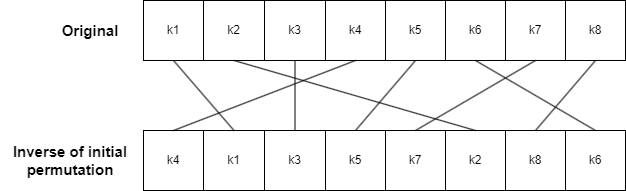
Before: public/img/simpleDesPage/IIP.png, a diagram exported from draw.io (hejzlzd1/EducrypterUHK). Source tidied: cells renumbered, new cells last; positions are measured from the earlier drawing's top-left corner, leaving out a move shared by most shapes. The source it was exported from:
```xml
<mxGraphModel>
  <root>
    <mxCell id="0" />
    <mxCell id="1" parent="0" />
    <mxCell id="2" style="swimlane;startSize=0;" parent="1" vertex="1">
      <mxGeometry x="143" width="481" height="60" as="geometry" />
    </mxCell>
    <mxCell id="3" value="k1" style="rounded=0;whiteSpace=wrap;html=1;" parent="2" vertex="1">
      <mxGeometry width="60" height="60" as="geometry" />
    </mxCell>
    <mxCell id="4" value="k2" style="rounded=0;whiteSpace=wrap;html=1;" parent="2" vertex="1">
      <mxGeometry x="60" width="61" height="60" as="geometry" />
    </mxCell>
    <mxCell id="5" value="k3" style="rounded=0;whiteSpace=wrap;html=1;" parent="2" vertex="1">
      <mxGeometry x="121" width="61" height="60" as="geometry" />
    </mxCell>
    <mxCell id="6" value="k4" style="rounded=0;whiteSpace=wrap;html=1;" parent="2" vertex="1">
      <mxGeometry x="182" width="60" height="60" as="geometry" />
    </mxCell>
    <mxCell id="7" value="k5" style="rounded=0;whiteSpace=wrap;html=1;" parent="2" vertex="1">
      <mxGeometry x="242" width="60" height="60" as="geometry" />
    </mxCell>
    <mxCell id="8" value="k6" style="rounded=0;whiteSpace=wrap;html=1;" parent="2" vertex="1">
      <mxGeometry x="302" width="60" height="60" as="geometry" />
    </mxCell>
    <mxCell id="9" value="k7" style="rounded=0;whiteSpace=wrap;html=1;" parent="2" vertex="1">
      <mxGeometry x="362" width="60" height="60" as="geometry" />
    </mxCell>
    <mxCell id="10" value="k8" style="rounded=0;whiteSpace=wrap;html=1;" parent="2" vertex="1">
      <mxGeometry x="422" width="60" height="60" as="geometry" />
    </mxCell>
    <mxCell id="11" style="swimlane;startSize=0;" parent="1" vertex="1">
      <mxGeometry x="143" y="130" width="481" height="60" as="geometry" />
    </mxCell>
    <mxCell id="12" value="k4" style="rounded=0;whiteSpace=wrap;html=1;" parent="11" vertex="1">
      <mxGeometry width="60" height="60" as="geometry" />
    </mxCell>
    <mxCell id="13" value="k1" style="rounded=0;whiteSpace=wrap;html=1;" parent="11" vertex="1">
      <mxGeometry x="60" width="61" height="60" as="geometry" />
    </mxCell>
    <mxCell id="14" value="k3" style="rounded=0;whiteSpace=wrap;html=1;" parent="11" vertex="1">
      <mxGeometry x="121" width="61" height="60" as="geometry" />
    </mxCell>
    <mxCell id="15" value="k5" style="rounded=0;whiteSpace=wrap;html=1;" parent="11" vertex="1">
      <mxGeometry x="182" width="60" height="60" as="geometry" />
    </mxCell>
    <mxCell id="16" value="k7" style="rounded=0;whiteSpace=wrap;html=1;" parent="11" vertex="1">
      <mxGeometry x="242" width="60" height="60" as="geometry" />
    </mxCell>
    <mxCell id="17" value="k2" style="rounded=0;whiteSpace=wrap;html=1;" parent="11" vertex="1">
      <mxGeometry x="302" width="60" height="60" as="geometry" />
    </mxCell>
    <mxCell id="18" value="k8" style="rounded=0;whiteSpace=wrap;html=1;" parent="11" vertex="1">
      <mxGeometry x="362" width="60" height="60" as="geometry" />
    </mxCell>
    <mxCell id="19" value="k6" style="rounded=0;whiteSpace=wrap;html=1;" parent="11" vertex="1">
      <mxGeometry x="422" width="60" height="60" as="geometry" />
    </mxCell>
    <mxCell id="20" value="&lt;font style=&quot;font-size: 15px;&quot;&gt;&lt;b&gt;Inverse of initial permutation&lt;/b&gt;&lt;/font&gt;" style="text;html=1;strokeColor=none;fillColor=none;align=center;verticalAlign=middle;whiteSpace=wrap;rounded=0;" parent="1" vertex="1">
      <mxGeometry y="145" width="140" height="30" as="geometry" />
    </mxCell>
    <mxCell id="21" value="&lt;font style=&quot;font-size: 15px;&quot;&gt;&lt;b&gt;Original&lt;/b&gt;&lt;/font&gt;" style="text;html=1;strokeColor=none;fillColor=none;align=center;verticalAlign=middle;whiteSpace=wrap;rounded=0;" parent="1" vertex="1">
      <mxGeometry x="60" y="15" width="60" height="30" as="geometry" />
    </mxCell>
    <mxCell id="22" style="rounded=0;jettySize=auto;html=1;exitX=0.5;exitY=1;exitDx=0;exitDy=0;entryX=0.5;entryY=0;entryDx=0;entryDy=0;endArrow=none;endFill=0;" parent="1" edge="1" source="4" target="17">
      <mxGeometry relative="1" as="geometry" />
    </mxCell>
    <mxCell id="23" style="rounded=0;jettySize=auto;html=1;exitX=0.5;exitY=1;exitDx=0;exitDy=0;entryX=0.5;entryY=0;entryDx=0;entryDy=0;endArrow=none;endFill=0;" parent="1" edge="1" source="8" target="19">
      <mxGeometry relative="1" as="geometry" />
    </mxCell>
    <mxCell id="24" style="rounded=0;jettySize=auto;html=1;exitX=0.5;exitY=1;exitDx=0;exitDy=0;entryX=0.5;entryY=0;entryDx=0;entryDy=0;endArrow=none;endFill=0;" parent="1" edge="1" source="5" target="14">
      <mxGeometry relative="1" as="geometry" />
    </mxCell>
    <mxCell id="25" style="rounded=0;jettySize=auto;html=1;exitX=0.5;exitY=1;exitDx=0;exitDy=0;entryX=0.5;entryY=0;entryDx=0;entryDy=0;endArrow=none;endFill=0;" parent="1" edge="1" source="3" target="13">
      <mxGeometry relative="1" as="geometry" />
    </mxCell>
    <mxCell id="26" style="rounded=0;jettySize=auto;html=1;exitX=0.5;exitY=1;exitDx=0;exitDy=0;entryX=0.5;entryY=0;entryDx=0;entryDy=0;endArrow=none;endFill=0;" parent="1" edge="1" source="6" target="12">
      <mxGeometry relative="1" as="geometry" />
    </mxCell>
    <mxCell id="27" style="rounded=0;jettySize=auto;html=1;exitX=0.5;exitY=1;exitDx=0;exitDy=0;endArrow=none;endFill=0;entryX=0.5;entryY=0;entryDx=0;entryDy=0;" parent="1" edge="1" source="10" target="18">
      <mxGeometry relative="1" as="geometry" />
    </mxCell>
    <mxCell id="28" style="rounded=0;jettySize=auto;html=1;exitX=0.5;exitY=1;exitDx=0;exitDy=0;entryX=0.5;entryY=0;entryDx=0;entryDy=0;endArrow=none;endFill=0;" parent="1" edge="1" source="7" target="15">
      <mxGeometry relative="1" as="geometry" />
    </mxCell>
    <mxCell id="29" style="rounded=0;jettySize=auto;html=1;exitX=0.5;exitY=1;exitDx=0;exitDy=0;entryX=0.5;entryY=0;entryDx=0;entryDy=0;endArrow=none;endFill=0;" parent="1" edge="1" source="9" target="16">
      <mxGeometry relative="1" as="geometry" />
    </mxCell>
  </root>
</mxGraphModel>
```
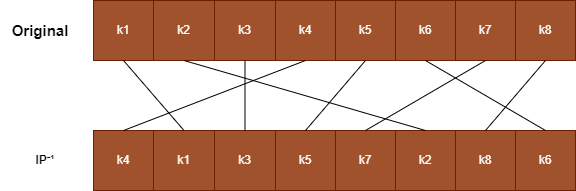
After the change.

What changed in the source:
```diff
@@ -5,59 +5,59 @@
     <mxCell id="2" style="swimlane;startSize=0;" parent="1" vertex="1">
       <mxGeometry x="143" width="481" height="60" as="geometry" />
     </mxCell>
-    <mxCell id="3" value="k1" style="rounded=0;whiteSpace=wrap;html=1;" parent="2" vertex="1">
+    <mxCell id="3" value="k1" style="rounded=0;whiteSpace=wrap;html=1;fillColor=#a0522d;fontColor=#ffffff;strokeColor=#6D1F00;" parent="2" vertex="1">
       <mxGeometry width="60" height="60" as="geometry" />
     </mxCell>
-    <mxCell id="4" value="k2" style="rounded=0;whiteSpace=wrap;html=1;" parent="2" vertex="1">
+    <mxCell id="4" value="k2" style="rounded=0;whiteSpace=wrap;html=1;fillColor=#a0522d;fontColor=#ffffff;strokeColor=#6D1F00;" parent="2" vertex="1">
       <mxGeometry x="60" width="61" height="60" as="geometry" />
     </mxCell>
-    <mxCell id="5" value="k3" style="rounded=0;whiteSpace=wrap;html=1;" parent="2" vertex="1">
+    <mxCell id="5" value="k3" style="rounded=0;whiteSpace=wrap;html=1;fillColor=#a0522d;fontColor=#ffffff;strokeColor=#6D1F00;" parent="2" vertex="1">
       <mxGeometry x="121" width="61" height="60" as="geometry" />
     </mxCell>
-    <mxCell id="6" value="k4" style="rounded=0;whiteSpace=wrap;html=1;" parent="2" vertex="1">
+    <mxCell id="6" value="k4" style="rounded=0;whiteSpace=wrap;html=1;fillColor=#a0522d;fontColor=#ffffff;strokeColor=#6D1F00;" parent="2" vertex="1">
       <mxGeometry x="182" width="60" height="60" as="geometry" />
     </mxCell>
-    <mxCell id="7" value="k5" style="rounded=0;whiteSpace=wrap;html=1;" parent="2" vertex="1">
+    <mxCell id="7" value="k5" style="rounded=0;whiteSpace=wrap;html=1;fillColor=#a0522d;fontColor=#ffffff;strokeColor=#6D1F00;" parent="2" vertex="1">
       <mxGeometry x="242" width="60" height="60" as="geometry" />
     </mxCell>
-    <mxCell id="8" value="k6" style="rounded=0;whiteSpace=wrap;html=1;" parent="2" vertex="1">
+    <mxCell id="8" value="k6" style="rounded=0;whiteSpace=wrap;html=1;fillColor=#a0522d;fontColor=#ffffff;strokeColor=#6D1F00;" parent="2" vertex="1">
       <mxGeometry x="302" width="60" height="60" as="geometry" />
     </mxCell>
-    <mxCell id="9" value="k7" style="rounded=0;whiteSpace=wrap;html=1;" parent="2" vertex="1">
+    <mxCell id="9" value="k7" style="rounded=0;whiteSpace=wrap;html=1;fillColor=#a0522d;fontColor=#ffffff;strokeColor=#6D1F00;" parent="2" vertex="1">
       <mxGeometry x="362" width="60" height="60" as="geometry" />
     </mxCell>
-    <mxCell id="10" value="k8" style="rounded=0;whiteSpace=wrap;html=1;" parent="2" vertex="1">
+    <mxCell id="10" value="k8" style="rounded=0;whiteSpace=wrap;html=1;fillColor=#a0522d;fontColor=#ffffff;strokeColor=#6D1F00;" parent="2" vertex="1">
       <mxGeometry x="422" width="60" height="60" as="geometry" />
     </mxCell>
     <mxCell id="11" style="swimlane;startSize=0;" parent="1" vertex="1">
       <mxGeometry x="143" y="130" width="481" height="60" as="geometry" />
     </mxCell>
-    <mxCell id="12" value="k4" style="rounded=0;whiteSpace=wrap;html=1;" parent="11" vertex="1">
+    <mxCell id="12" value="k4" style="rounded=0;whiteSpace=wrap;html=1;fillColor=#a0522d;fontColor=#ffffff;strokeColor=#6D1F00;" parent="11" vertex="1">
       <mxGeometry width="60" height="60" as="geometry" />
     </mxCell>
-    <mxCell id="13" value="k1" style="rounded=0;whiteSpace=wrap;html=1;" parent="11" vertex="1">
+    <mxCell id="13" value="k1" style="rounded=0;whiteSpace=wrap;html=1;fillColor=#a0522d;fontColor=#ffffff;strokeColor=#6D1F00;" parent="11" vertex="1">
       <mxGeometry x="60" width="61" height="60" as="geometry" />
     </mxCell>
-    <mxCell id="14" value="k3" style="rounded=0;whiteSpace=wrap;html=1;" parent="11" vertex="1">
+    <mxCell id="14" value="k3" style="rounded=0;whiteSpace=wrap;html=1;fillColor=#a0522d;fontColor=#ffffff;strokeColor=#6D1F00;" parent="11" vertex="1">
       <mxGeometry x="121" width="61" height="60" as="geometry" />
     </mxCell>
-    <mxCell id="15" value="k5" style="rounded=0;whiteSpace=wrap;html=1;" parent="11" vertex="1">
+    <mxCell id="15" value="k5" style="rounded=0;whiteSpace=wrap;html=1;fillColor=#a0522d;fontColor=#ffffff;strokeColor=#6D1F00;" parent="11" vertex="1">
       <mxGeometry x="182" width="60" height="60" as="geometry" />
     </mxCell>
-    <mxCell id="16" value="k7" style="rounded=0;whiteSpace=wrap;html=1;" parent="11" vertex="1">
+    <mxCell id="16" value="k7" style="rounded=0;whiteSpace=wrap;html=1;fillColor=#a0522d;fontColor=#ffffff;strokeColor=#6D1F00;" parent="11" vertex="1">
       <mxGeometry x="242" width="60" height="60" as="geometry" />
     </mxCell>
-    <mxCell id="17" value="k2" style="rounded=0;whiteSpace=wrap;html=1;" parent="11" vertex="1">
+    <mxCell id="17" value="k2" style="rounded=0;whiteSpace=wrap;html=1;fillColor=#a0522d;fontColor=#ffffff;strokeColor=#6D1F00;" parent="11" vertex="1">
       <mxGeometry x="302" width="60" height="60" as="geometry" />
     </mxCell>
-    <mxCell id="18" value="k8" style="rounded=0;whiteSpace=wrap;html=1;" parent="11" vertex="1">
+    <mxCell id="18" value="k8" style="rounded=0;whiteSpace=wrap;html=1;fillColor=#a0522d;fontColor=#ffffff;strokeColor=#6D1F00;" parent="11" vertex="1">
       <mxGeometry x="362" width="60" height="60" as="geometry" />
     </mxCell>
-    <mxCell id="19" value="k6" style="rounded=0;whiteSpace=wrap;html=1;" parent="11" vertex="1">
+    <mxCell id="19" value="k6" style="rounded=0;whiteSpace=wrap;html=1;fillColor=#a0522d;fontColor=#ffffff;strokeColor=#6D1F00;" parent="11" vertex="1">
       <mxGeometry x="422" width="60" height="60" as="geometry" />
     </mxCell>
-    <mxCell id="20" value="&lt;font style=&quot;font-size: 15px;&quot;&gt;&lt;b&gt;Inverse of initial permutation&lt;/b&gt;&lt;/font&gt;" style="text;html=1;strokeColor=none;fillColor=none;align=center;verticalAlign=middle;whiteSpace=wrap;rounded=0;" parent="1" vertex="1">
-      <mxGeometry y="145" width="140" height="30" as="geometry" />
+    <mxCell id="20" value="&lt;b&gt;IP⁻¹&lt;/b&gt;" style="text;html=1;strokeColor=none;fillColor=none;align=center;verticalAlign=middle;whiteSpace=wrap;rounded=0;" parent="1" vertex="1">
+      <mxGeometry x="50" y="145" width="90" height="30" as="geometry" />
     </mxCell>
     <mxCell id="21" value="&lt;font style=&quot;font-size: 15px;&quot;&gt;&lt;b&gt;Original&lt;/b&gt;&lt;/font&gt;" style="text;html=1;strokeColor=none;fillColor=none;align=center;verticalAlign=middle;whiteSpace=wrap;rounded=0;" parent="1" vertex="1">
       <mxGeometry x="60" y="15" width="60" height="30" as="geometry" />
```
